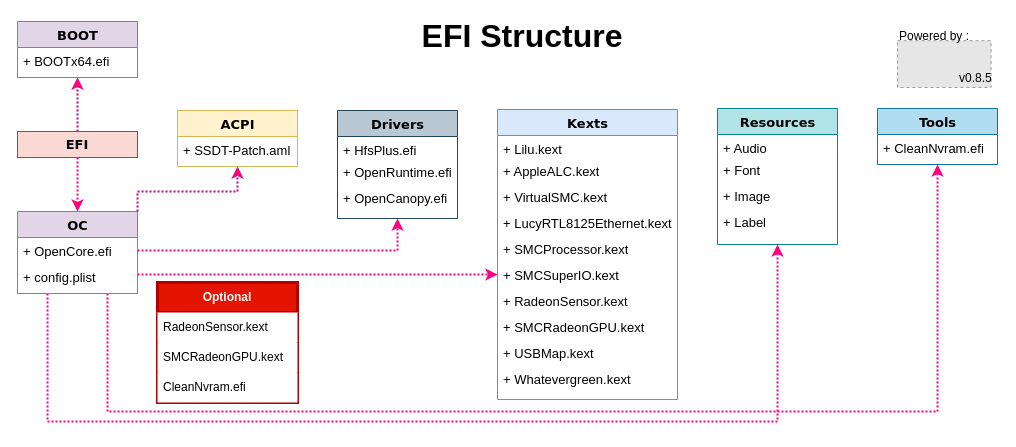
iamyounix/msimagb460_tomahawk keeps this draw.io diagram as OpenCore.drawio. Above is the earlier version. Source tidied: cells renumbered, new cells numbered last; positions are measured from the earlier drawing's top-left corner, leaving out a move shared by most shapes. Both pictures are drawn from the tidied source at 100%, with x=0, y=0 at pixel (17, 21). Pictures stored in the file or linked from it are replaced by grey dashed boxes.
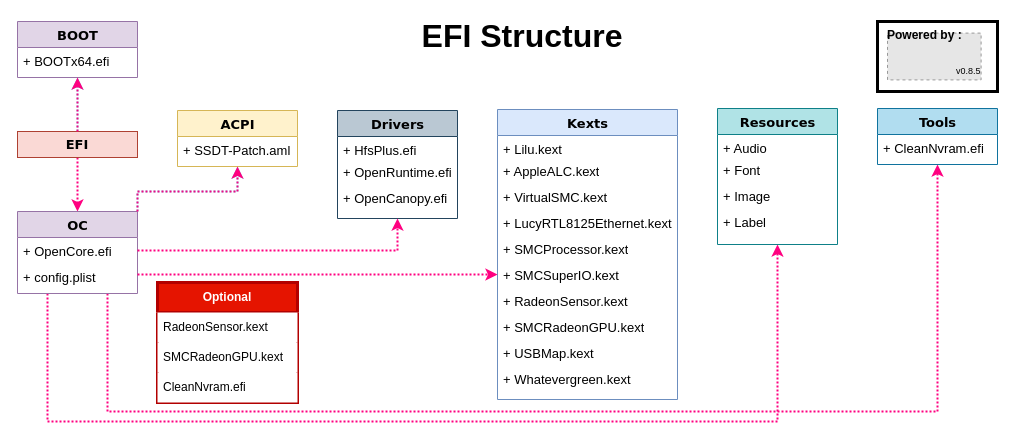
After the change.

Change to the diagram source:
```diff
@@
+    <mxCell id="49" style="rounded=0;whiteSpace=wrap;html=1;strokeWidth=3;fontSize=32;fillColor=default;" parent="1" vertex="1">
+      <mxGeometry x="860" width="120" height="70" as="geometry" />
+    </mxCell>
@@
     <mxCell id="37" style="fillColor=#E6E6E6;strokeColor=#999999;dashed=1;verticalLabelPosition=bottom;labelBackgroundColor=default;verticalAlign=top;fontColor=default;" parent="1" vertex="1">
-      <mxGeometry x="880" y="19.2" width="93.6" height="46.8" as="geometry" />
+      <mxGeometry x="870" y="11.6" width="93.6" height="46.8" as="geometry" />
     </mxCell>
@@
-    <mxCell id="40" value="Powered by :" style="text;html=1;strokeColor=none;fillColor=none;align=left;verticalAlign=middle;whiteSpace=wrap;rounded=0;" parent="1" vertex="1">
-      <mxGeometry x="880" width="80" height="30" as="geometry" />
+    <mxCell id="40" value="Powered by :" style="text;html=1;strokeColor=none;fillColor=none;align=left;verticalAlign=middle;whiteSpace=wrap;rounded=0;fontStyle=1;" parent="1" vertex="1">
+      <mxGeometry x="868" y="-1" width="80" height="30" as="geometry" />
     </mxCell>
@@
-    <mxCell id="43" value="v0.8.5" style="text;html=1;strokeColor=none;fillColor=none;align=left;verticalAlign=middle;whiteSpace=wrap;rounded=0;" parent="1" vertex="1">
-      <mxGeometry x="940" y="42" width="40" height="30" as="geometry" />
+    <mxCell id="43" value="v0.8.5" style="text;html=1;strokeColor=none;fillColor=none;align=left;verticalAlign=middle;whiteSpace=wrap;rounded=0;fontSize=9;" parent="1" vertex="1">
+      <mxGeometry x="937" y="35" width="40" height="30" as="geometry" />
     </mxCell>
```
